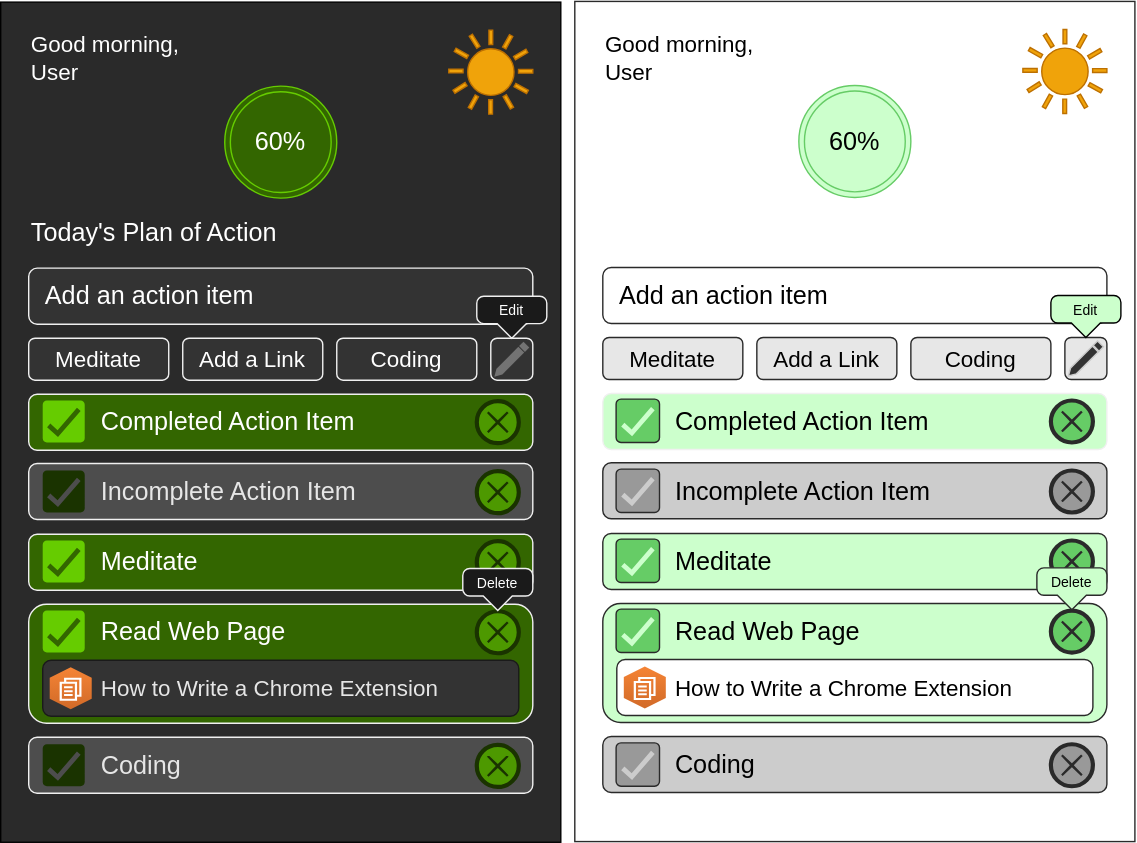
Earlier version of the draw.io export docs/Wireframe.LoFi.drawio.svg (Leif-W/webext-rocket-planner). Source tidied: cells renumbered, new cells last; positions are measured from the earlier drawing's top-left corner, leaving out a move shared by most shapes.
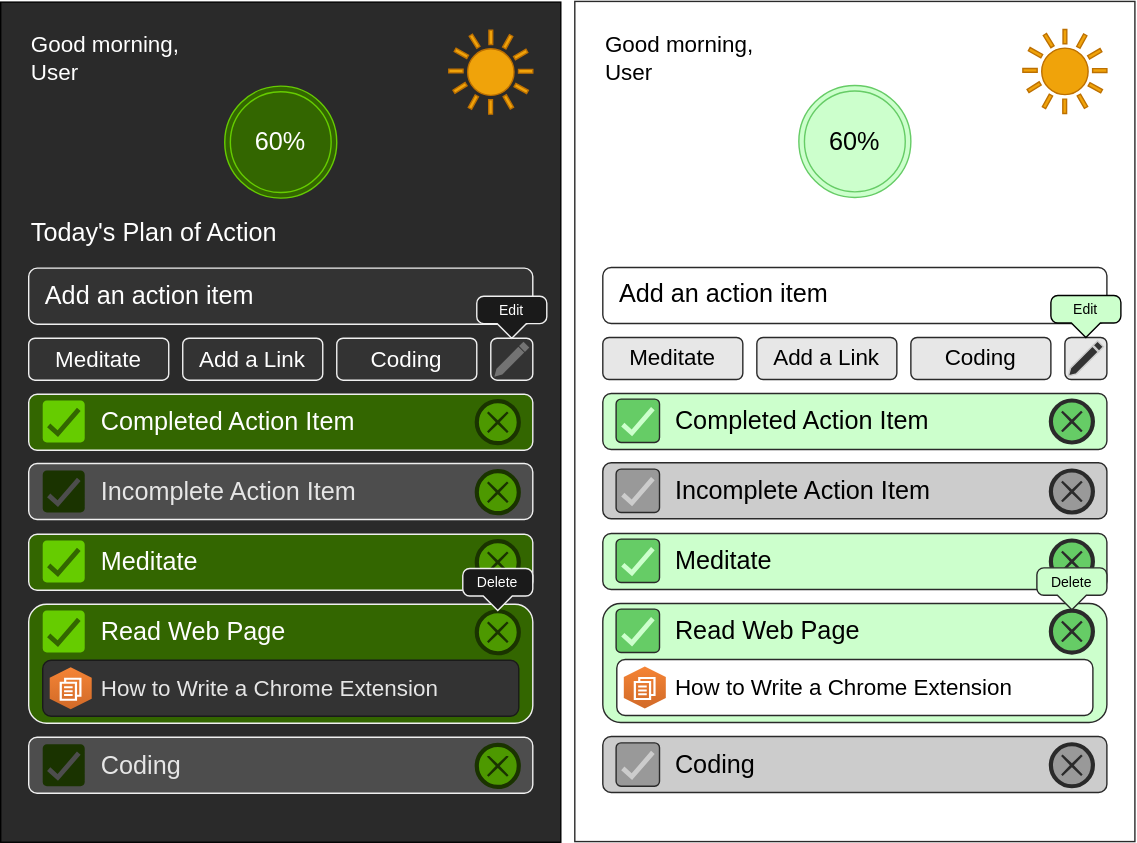
The same file after the commit.

Commit message:
Replace missing border on light theme

The edit, as a diff of the source:
```diff
@@ -176,7 +176,7 @@
     <mxCell id="59" value="Edit" style="html=1;shadow=0;dashed=0;shape=mxgraph.bootstrap.popover;dx=24.98;dy=10.37;rSize=5;whiteSpace=wrap;verticalAlign=top;spacing=10;fontSize=10;spacingLeft=0;align=center;spacingTop=-10;labelBackgroundColor=none;labelBorderColor=none;strokeColor=#000000;fontColor=#000000;fillColor=#CCFFCC;" parent="1" vertex="1">
       <mxGeometry x="750" y="209.5" width="50" height="30" as="geometry" />
     </mxCell>
-    <mxCell id="60" style="rounded=1;labelBackgroundColor=none;fontSize=18;align=center;strokeColor=#F0F0F0;noLabel=1;fontColor=none;fillColor=#CCFFCC;" parent="1" vertex="1">
+    <mxCell id="60" style="rounded=1;labelBackgroundColor=none;fontSize=18;align=center;noLabel=1;fontColor=none;fillColor=#CCFFCC;strokeColor=#2A2A2A;" parent="1" vertex="1">
       <mxGeometry x="430" y="279.5" width="360" height="40" as="geometry" />
     </mxCell>
     <mxCell id="61" style="dashed=0;labelPosition=center;align=center;shape=mxgraph.gmdl.checkbox;strokeWidth=2;labelBackgroundColor=none;fontSize=10;noLabel=1;strokeColor=#2A2A2A;fillColor=#66CC66;verticalLabelPosition=middle;verticalAlign=middle;fontColor=none;" parent="1" vertex="1">
```
